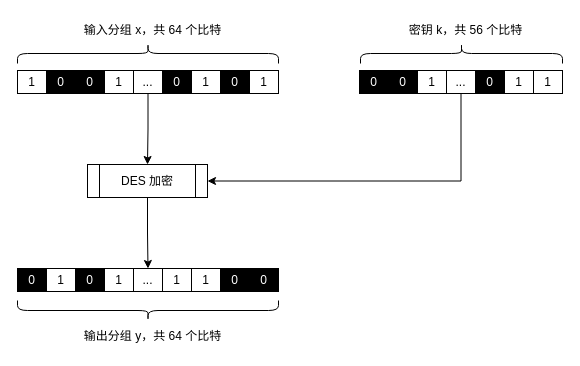
Above: page "DES" (3 of 3) of kk.drawio in cvuuhk/drawio (draw.io), before the change. Source tidied: cells renumbered, new cells numbered last; positions are measured from the earlier drawing's top-left corner, leaving out a move shared by most shapes. Both pictures are drawn from the tidied source at 100%, with x=0, y=0 at pixel (17, 17).
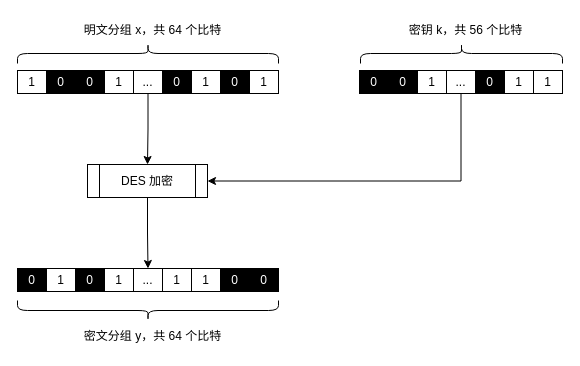
Above is the later version.

The change refers to these unchanged cells:
```xml
<mxCell id="4" style="group;" parent="1" vertex="1">
  <mxGeometry width="261" height="76" as="geometry" />
</mxCell>
<mxCell id="28" style="group;" parent="1" vertex="1">
  <mxGeometry y="251" width="261" height="81" as="geometry" />
</mxCell>
```

Change to the diagram source:
```diff
@@
-    <mxCell id="15" value="输入分组 x，共 64 个比特" style="text;html=1;align=center;verticalAlign=middle;strokeColor=none;fillColor=none;" parent="4" vertex="1">
+    <mxCell id="15" value="明文分组 x，共 64 个比特" style="text;html=1;align=center;verticalAlign=middle;strokeColor=none;fillColor=none;" parent="4" vertex="1">
       <mxGeometry x="57" width="155" height="26" as="geometry" />
     </mxCell>
@@
-    <mxCell id="35" value="输出分组 y，共 64 个比特" style="text;html=1;align=center;verticalAlign=middle;strokeColor=none;fillColor=none;" parent="28" vertex="1">
+    <mxCell id="35" value="密文分组 y，共 64 个比特" style="text;html=1;align=center;verticalAlign=middle;strokeColor=none;fillColor=none;" parent="28" vertex="1">
       <mxGeometry x="57" y="55" width="156" height="26" as="geometry" />
     </mxCell>
```
